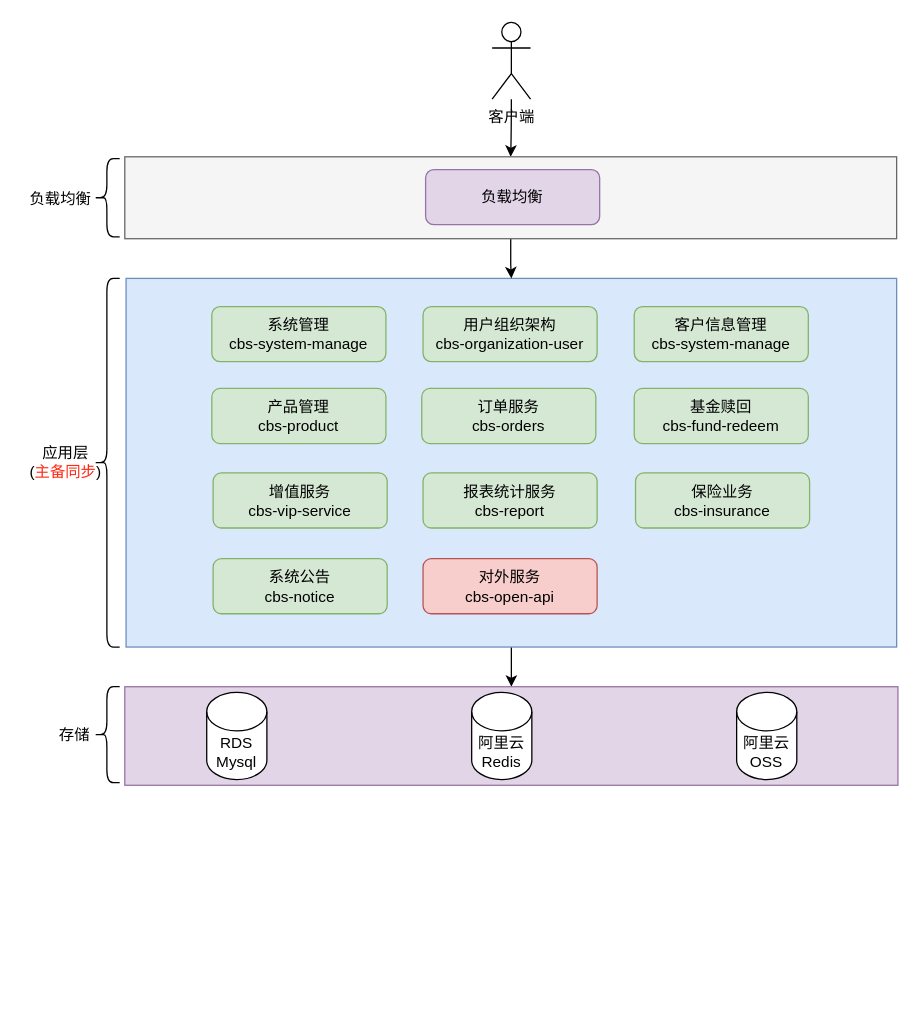
ammengke/my-drawio keeps this draw.io diagram as 全文检索架构图0612.drawio. Above is the earlier version. Source tidied: cells renumbered, new cells numbered last; positions are measured from the earlier drawing's top-left corner, leaving out a move shared by most shapes. Both pictures are drawn from the tidied source at 128%, with x=0, y=0 at pixel (22, 22).
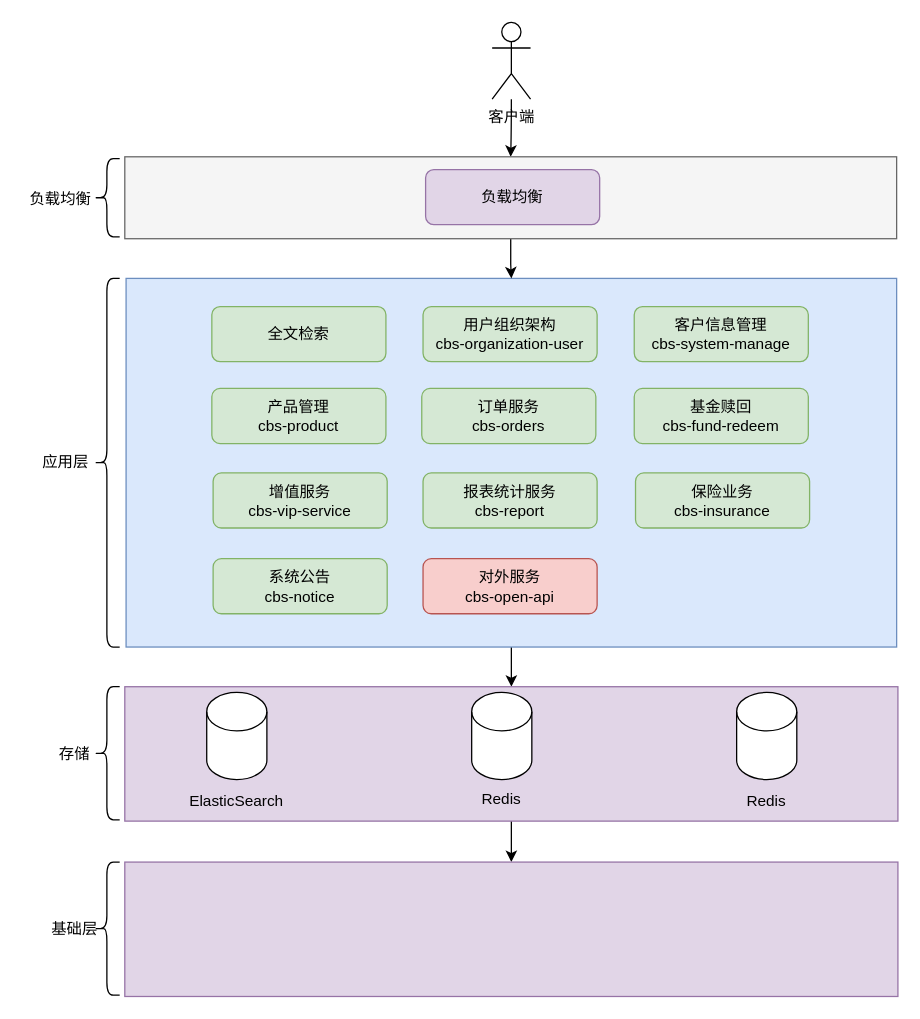
Above is the later version.

Commit message (it also covers changes not shown here):
更新全文检索架构图0612.drawio

Change to the diagram source:
```diff
@@
-    <mxCell id="6" value="系统管理&lt;br&gt;cbs-system-manage" style="rounded=1;whiteSpace=wrap;html=1;fillColor=#d5e8d4;strokeColor=#82b366;" parent="1" vertex="1">
+    <mxCell id="6" value="全文检索" style="rounded=1;whiteSpace=wrap;html=1;fillColor=#d5e8d4;strokeColor=#82b366;" parent="1" vertex="1">
       <mxGeometry x="148" y="222" width="136" height="43" as="geometry" />
     </mxCell>
@@
-    <mxCell id="17" value="应用层&lt;br&gt;(&lt;font color=&quot;#ff270f&quot;&gt;主备同步&lt;/font&gt;)" style="text;html=1;strokeColor=none;fillColor=none;align=center;verticalAlign=middle;whiteSpace=wrap;rounded=0;" parent="1" vertex="1">
+    <mxCell id="17" value="应用层" style="text;html=1;strokeColor=none;fillColor=none;align=center;verticalAlign=middle;whiteSpace=wrap;rounded=0;" parent="1" vertex="1">
       <mxGeometry x="4" y="329" width="60" height="30" as="geometry" />
     </mxCell>
@@
+    <mxCell id="30" style="edgeStyle=orthogonalEdgeStyle;rounded=0;jettySize=auto;html=1;entryX=0.5;entryY=0;entryDx=0;entryDy=0;" parent="1" edge="1" source="19" target="34">
+      <mxGeometry relative="1" as="geometry" />
+    </mxCell>
     <mxCell id="19" style="rounded=0;whiteSpace=wrap;html=1;fillColor=#e1d5e7;strokeColor=#9673a6;" parent="1" vertex="1">
-      <mxGeometry x="80" y="519" width="604" height="77" as="geometry" />
+      <mxGeometry x="80" y="519" width="604" height="105" as="geometry" />
     </mxCell>
-    <mxCell id="20" value="RDS Mysql" style="shape=cylinder3;whiteSpace=wrap;html=1;boundedLbl=1;backgroundOutline=1;size=15;rounded=0;" parent="1" vertex="1">
+    <mxCell id="20" value="&lt;div&gt;&lt;br&gt;&lt;/div&gt;" style="shape=cylinder3;whiteSpace=wrap;html=1;boundedLbl=1;backgroundOutline=1;size=15;rounded=0;" parent="1" vertex="1">
       <mxGeometry x="144" y="523.5" width="47" height="68" as="geometry" />
     </mxCell>
-    <mxCell id="21" value="阿里云Redis" style="shape=cylinder3;whiteSpace=wrap;html=1;boundedLbl=1;backgroundOutline=1;size=15;rounded=0;" parent="1" vertex="1">
+    <mxCell id="21" style="shape=cylinder3;whiteSpace=wrap;html=1;boundedLbl=1;backgroundOutline=1;size=15;rounded=0;" parent="1" vertex="1">
       <mxGeometry x="351" y="523.5" width="47" height="68" as="geometry" />
     </mxCell>
     <mxCell id="22" value="存储" style="text;html=1;strokeColor=none;fillColor=none;align=center;verticalAlign=middle;whiteSpace=wrap;rounded=0;" parent="1" vertex="1">
-      <mxGeometry x="11" y="541.5" width="60" height="30" as="geometry" />
+      <mxGeometry x="11" y="556.5" width="60" height="30" as="geometry" />
     </mxCell>
     <mxCell id="23" style="shape=curlyBracket;whiteSpace=wrap;html=1;rounded=1;" parent="1" vertex="1">
-      <mxGeometry x="56" y="519" width="20" height="75" as="geometry" />
+      <mxGeometry x="56" y="519" width="20" height="104" as="geometry" />
     </mxCell>
-    <mxCell id="24" value="阿里云OSS" style="shape=cylinder3;whiteSpace=wrap;html=1;boundedLbl=1;backgroundOutline=1;size=15;rounded=0;" parent="1" vertex="1">
+    <mxCell id="24" style="shape=cylinder3;whiteSpace=wrap;html=1;boundedLbl=1;backgroundOutline=1;size=15;rounded=0;" parent="1" vertex="1">
       <mxGeometry x="558" y="523.5" width="47" height="68" as="geometry" />
     </mxCell>
@@
+    <mxCell id="31" value="ElasticSearch" style="text;html=1;align=center;verticalAlign=middle;whiteSpace=wrap;rounded=0;" parent="1" vertex="1">
+      <mxGeometry x="122.2" y="594" width="90.5" height="30" as="geometry" />
+    </mxCell>
+    <mxCell id="32" value="Redis" style="text;html=1;align=center;verticalAlign=middle;whiteSpace=wrap;rounded=0;" parent="1" vertex="1">
+      <mxGeometry x="329.2" y="591.5" width="90.5" height="30" as="geometry" />
+    </mxCell>
+    <mxCell id="33" value="Redis" style="text;html=1;align=center;verticalAlign=middle;whiteSpace=wrap;rounded=0;" parent="1" vertex="1">
+      <mxGeometry x="536.2" y="594" width="90.5" height="30" as="geometry" />
+    </mxCell>
+    <mxCell id="34" style="rounded=0;whiteSpace=wrap;html=1;fillColor=#e1d5e7;strokeColor=#9673a6;" parent="1" vertex="1">
+      <mxGeometry x="80" y="656" width="604" height="105" as="geometry" />
+    </mxCell>
+    <mxCell id="35" value="基础层" style="text;html=1;strokeColor=none;fillColor=none;align=center;verticalAlign=middle;whiteSpace=wrap;rounded=0;" parent="1" vertex="1">
+      <mxGeometry x="11" y="693.5" width="60" height="30" as="geometry" />
+    </mxCell>
+    <mxCell id="36" style="shape=curlyBracket;whiteSpace=wrap;html=1;rounded=1;" parent="1" vertex="1">
+      <mxGeometry x="56" y="656" width="20" height="104" as="geometry" />
+    </mxCell>
```
